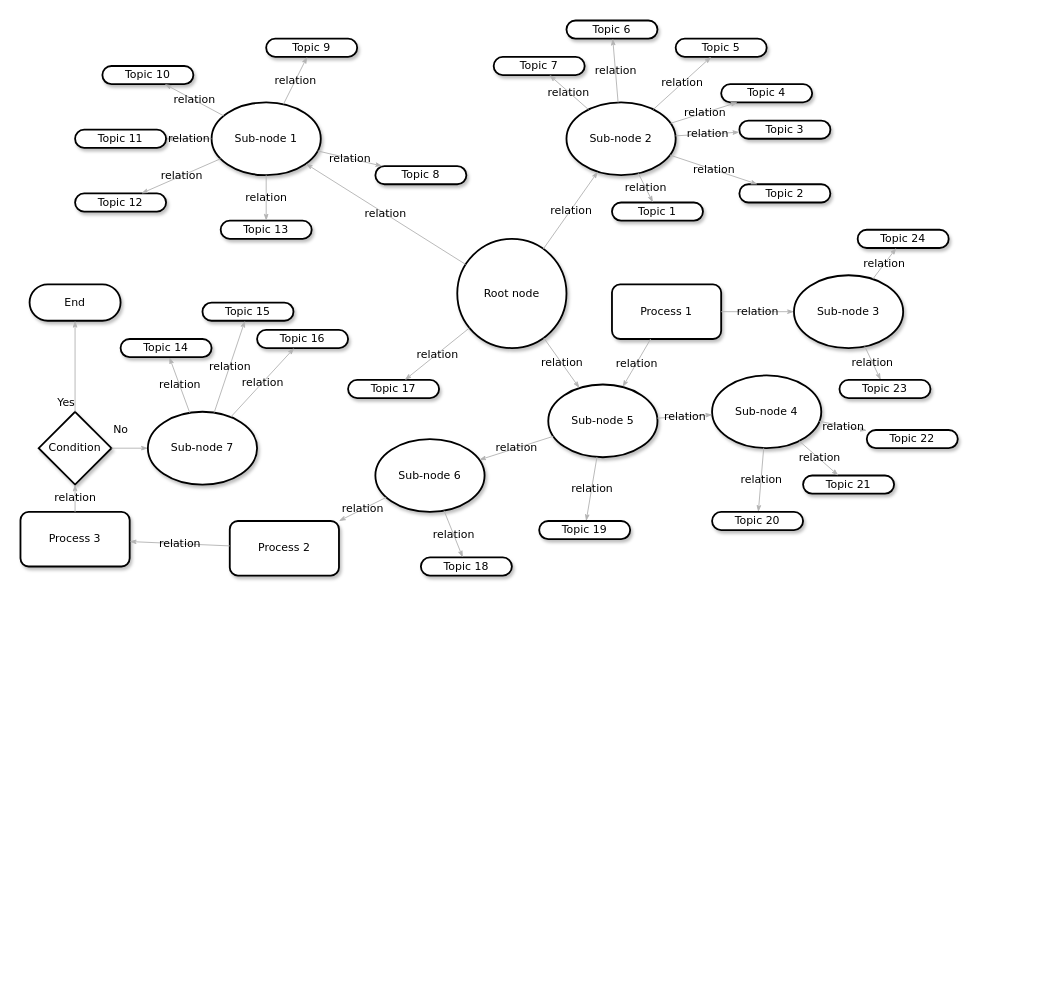
Before: open source economy roles.drawio in miguelangelvaldivia/open-source-economy, a draw.io diagram. Source tidied: cells renumbered, new cells numbered last; positions are measured from the earlier drawing's top-left corner, leaving out a move shared by most shapes. Both pictures are drawn from the tidied source at 91%, with x=0, y=0 at pixel (20, 20).
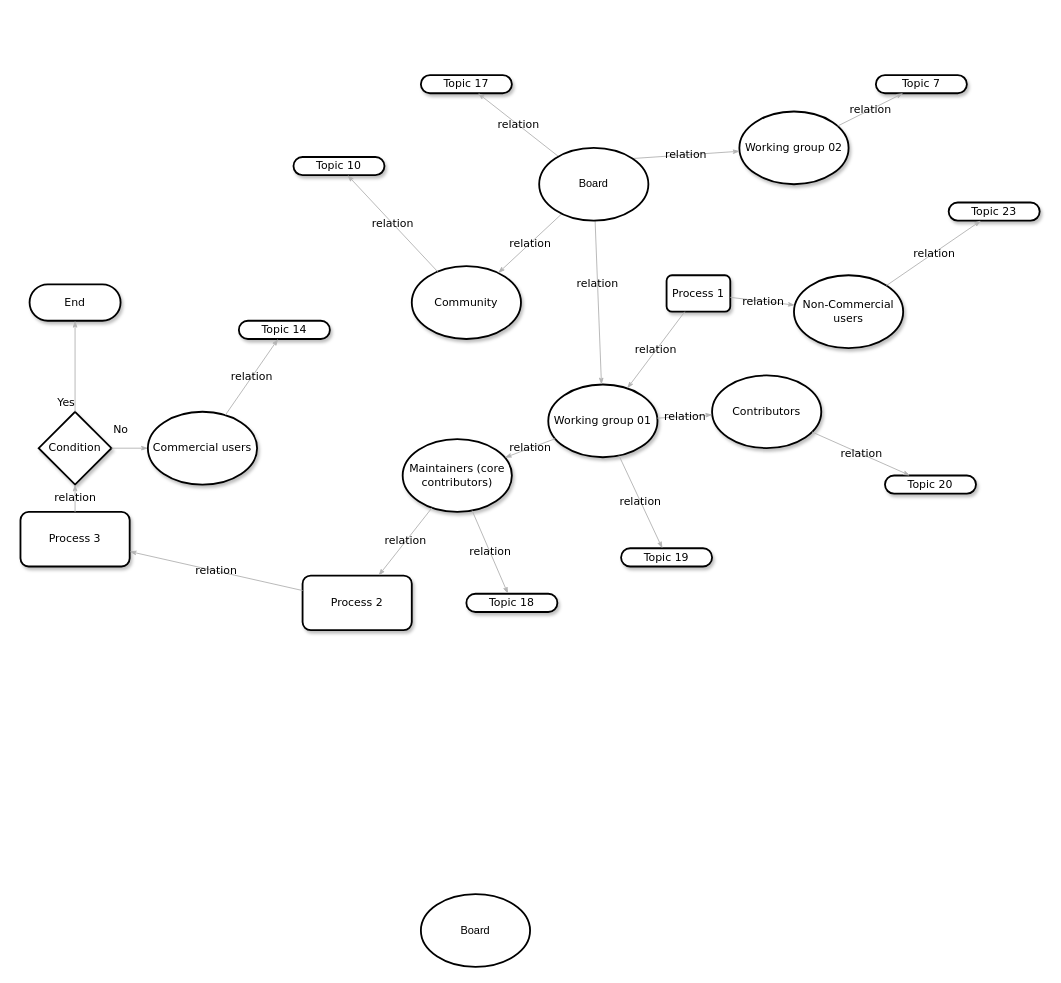
After the change.

What changed in the source:
```diff
@@
     <mxCell id="2" value="&lt;span&gt;Topic 10&lt;/span&gt;" style="whiteSpace=wrap;html=1;rounded=1;shadow=1;comic=0;labelBackgroundColor=none;strokeWidth=2;fontFamily=Verdana;fontSize=12;align=center;arcSize=50;" parent="1" vertex="1">
-      <mxGeometry x="90" y="50" width="100" height="20" as="geometry" />
+      <mxGeometry x="300" y="150" width="100" height="20" as="geometry" />
     </mxCell>
-    <mxCell id="3" value="Sub-node 1" style="ellipse;whiteSpace=wrap;html=1;rounded=1;shadow=1;comic=0;labelBackgroundColor=none;strokeWidth=2;fontFamily=Verdana;fontSize=12;align=center;" parent="1" vertex="1">
-      <mxGeometry x="210" y="90" width="120" height="80" as="geometry" />
+    <mxCell id="3" value="Community" style="ellipse;whiteSpace=wrap;html=1;rounded=1;shadow=1;comic=0;labelBackgroundColor=none;strokeWidth=2;fontFamily=Verdana;fontSize=12;align=center;" parent="1" vertex="1">
+      <mxGeometry x="430" y="270" width="120" height="80" as="geometry" />
     </mxCell>
-    <mxCell id="4" value="&lt;span&gt;Sub-node 2&lt;/span&gt;" style="ellipse;whiteSpace=wrap;html=1;rounded=1;shadow=1;comic=0;labelBackgroundColor=none;strokeWidth=2;fontFamily=Verdana;fontSize=12;align=center;" parent="1" vertex="1">
-      <mxGeometry x="600" y="90" width="120" height="80" as="geometry" />
+    <mxCell id="4" value="&lt;span&gt;Working group 02&lt;/span&gt;" style="ellipse;whiteSpace=wrap;html=1;rounded=1;shadow=1;comic=0;labelBackgroundColor=none;strokeWidth=2;fontFamily=Verdana;fontSize=12;align=center;" parent="1" vertex="1">
+      <mxGeometry x="790" y="100" width="120" height="80" as="geometry" />
     </mxCell>
-    <mxCell id="5" value="Root node" style="ellipse;whiteSpace=wrap;html=1;rounded=1;shadow=1;comic=0;labelBackgroundColor=none;strokeWidth=2;fontFamily=Verdana;fontSize=12;align=center;" parent="1" vertex="1">
-      <mxGeometry x="480" y="240" width="120" height="120" as="geometry" />
-    </mxCell>
-    <mxCell id="6" value="&lt;span&gt;Sub-node 5&lt;/span&gt;" style="ellipse;whiteSpace=wrap;html=1;rounded=1;shadow=1;comic=0;labelBackgroundColor=none;strokeWidth=2;fontFamily=Verdana;fontSize=12;align=center;" parent="1" vertex="1">
+    <mxCell id="6" value="&lt;span&gt;Working group 01&lt;/span&gt;" style="ellipse;whiteSpace=wrap;html=1;rounded=1;shadow=1;comic=0;labelBackgroundColor=none;strokeWidth=2;fontFamily=Verdana;fontSize=12;align=center;" parent="1" vertex="1">
       <mxGeometry x="580" y="400" width="120" height="80" as="geometry" />
     </mxCell>
-    <mxCell id="7" value="&lt;span&gt;Sub-node 4&lt;/span&gt;" style="ellipse;whiteSpace=wrap;html=1;rounded=1;shadow=1;comic=0;labelBackgroundColor=none;strokeWidth=2;fontFamily=Verdana;fontSize=12;align=center;" parent="1" vertex="1">
+    <mxCell id="7" value="&lt;span&gt;Contributors&lt;/span&gt;" style="ellipse;whiteSpace=wrap;html=1;rounded=1;shadow=1;comic=0;labelBackgroundColor=none;strokeWidth=2;fontFamily=Verdana;fontSize=12;align=center;" parent="1" vertex="1">
       <mxGeometry x="760" y="390" width="120" height="80" as="geometry" />
     </mxCell>
-    <mxCell id="8" value="&lt;span&gt;Sub-node 6&lt;/span&gt;" style="ellipse;whiteSpace=wrap;html=1;rounded=1;shadow=1;comic=0;labelBackgroundColor=none;strokeWidth=2;fontFamily=Verdana;fontSize=12;align=center;" parent="1" vertex="1">
-      <mxGeometry x="390" y="460" width="120" height="80" as="geometry" />
+    <mxCell id="8" value="&lt;span&gt;Maintainers (core contributors)&lt;/span&gt;" style="ellipse;whiteSpace=wrap;html=1;rounded=1;shadow=1;comic=0;labelBackgroundColor=none;strokeWidth=2;fontFamily=Verdana;fontSize=12;align=center;" parent="1" vertex="1">
+      <mxGeometry x="420" y="460" width="120" height="80" as="geometry" />
     </mxCell>
-    <mxCell id="9" value="&lt;span&gt;Topic 11&lt;/span&gt;" style="whiteSpace=wrap;html=1;rounded=1;shadow=1;comic=0;labelBackgroundColor=none;strokeWidth=2;fontFamily=Verdana;fontSize=12;align=center;arcSize=50;" parent="1" vertex="1">
-      <mxGeometry x="60" y="120" width="100" height="20" as="geometry" />
-    </mxCell>
-    <mxCell id="10" value="&lt;span&gt;Topic 12&lt;/span&gt;" style="whiteSpace=wrap;html=1;rounded=1;shadow=1;comic=0;labelBackgroundColor=none;strokeWidth=2;fontFamily=Verdana;fontSize=12;align=center;arcSize=50;" parent="1" vertex="1">
-      <mxGeometry x="60" y="190" width="100" height="20" as="geometry" />
-    </mxCell>
-    <mxCell id="11" value="&lt;span&gt;Topic 9&lt;/span&gt;" style="whiteSpace=wrap;html=1;rounded=1;shadow=1;comic=0;labelBackgroundColor=none;strokeWidth=2;fontFamily=Verdana;fontSize=12;align=center;arcSize=50;" parent="1" vertex="1">
-      <mxGeometry x="270" y="20" width="100" height="20" as="geometry" />
-    </mxCell>
     <mxCell id="12" value="&lt;span&gt;Topic 7&lt;/span&gt;" style="whiteSpace=wrap;html=1;rounded=1;shadow=1;comic=0;labelBackgroundColor=none;strokeWidth=2;fontFamily=Verdana;fontSize=12;align=center;arcSize=50;" parent="1" vertex="1">
-      <mxGeometry x="520" y="40" width="100" height="20" as="geometry" />
+      <mxGeometry x="940" y="60" width="100" height="20" as="geometry" />
     </mxCell>
-    <mxCell id="13" value="&lt;span&gt;Topic 21&lt;/span&gt;" style="whiteSpace=wrap;html=1;rounded=1;shadow=1;comic=0;labelBackgroundColor=none;strokeWidth=2;fontFamily=Verdana;fontSize=12;align=center;arcSize=50;" parent="1" vertex="1">
-      <mxGeometry x="860" y="500" width="100" height="20" as="geometry" />
-    </mxCell>
-    <mxCell id="14" value="&lt;span&gt;Topic 22&lt;/span&gt;" style="whiteSpace=wrap;html=1;rounded=1;shadow=1;comic=0;labelBackgroundColor=none;strokeWidth=2;fontFamily=Verdana;fontSize=12;align=center;arcSize=50;" parent="1" vertex="1">
-      <mxGeometry x="930" y="450" width="100" height="20" as="geometry" />
-    </mxCell>
-    <mxCell id="15" value="&lt;span&gt;Topic 6&lt;/span&gt;" style="whiteSpace=wrap;html=1;rounded=1;shadow=1;comic=0;labelBackgroundColor=none;strokeWidth=2;fontFamily=Verdana;fontSize=12;align=center;arcSize=50;" parent="1" vertex="1">
-      <mxGeometry x="600" width="100" height="20" as="geometry" />
-    </mxCell>
-    <mxCell id="16" value="&lt;span&gt;Topic 5&lt;/span&gt;" style="whiteSpace=wrap;html=1;rounded=1;shadow=1;comic=0;labelBackgroundColor=none;strokeWidth=2;fontFamily=Verdana;fontSize=12;align=center;arcSize=50;" parent="1" vertex="1">
-      <mxGeometry x="720" y="20" width="100" height="20" as="geometry" />
-    </mxCell>
-    <mxCell id="17" value="&lt;span&gt;Topic 4&lt;/span&gt;" style="whiteSpace=wrap;html=1;rounded=1;shadow=1;comic=0;labelBackgroundColor=none;strokeWidth=2;fontFamily=Verdana;fontSize=12;align=center;arcSize=50;" parent="1" vertex="1">
-      <mxGeometry x="770" y="70" width="100" height="20" as="geometry" />
-    </mxCell>
-    <mxCell id="18" value="&lt;span&gt;Topic 3&lt;/span&gt;" style="whiteSpace=wrap;html=1;rounded=1;shadow=1;comic=0;labelBackgroundColor=none;strokeWidth=2;fontFamily=Verdana;fontSize=12;align=center;arcSize=50;" parent="1" vertex="1">
-      <mxGeometry x="790" y="110" width="100" height="20" as="geometry" />
-    </mxCell>
-    <mxCell id="19" value="&lt;span&gt;Topic 2&lt;/span&gt;" style="whiteSpace=wrap;html=1;rounded=1;shadow=1;comic=0;labelBackgroundColor=none;strokeWidth=2;fontFamily=Verdana;fontSize=12;align=center;arcSize=50;" parent="1" vertex="1">
-      <mxGeometry x="790" y="180" width="100" height="20" as="geometry" />
-    </mxCell>
-    <mxCell id="20" value="Topic 1" style="whiteSpace=wrap;html=1;rounded=1;shadow=1;comic=0;labelBackgroundColor=none;strokeWidth=2;fontFamily=Verdana;fontSize=12;align=center;arcSize=50;" parent="1" vertex="1">
-      <mxGeometry x="650" y="200" width="100" height="20" as="geometry" />
-    </mxCell>
     <mxCell id="21" value="&lt;span&gt;Topic 20&lt;/span&gt;" style="whiteSpace=wrap;html=1;rounded=1;shadow=1;comic=0;labelBackgroundColor=none;strokeWidth=2;fontFamily=Verdana;fontSize=12;align=center;arcSize=50;" parent="1" vertex="1">
-      <mxGeometry x="760" y="540" width="100" height="20" as="geometry" />
+      <mxGeometry x="950" y="500" width="100" height="20" as="geometry" />
     </mxCell>
@@
     <mxCell id="25" value="Process 2" style="rounded=1;whiteSpace=wrap;html=1;shadow=1;comic=0;labelBackgroundColor=none;strokeWidth=2;fontFamily=Verdana;fontSize=12;align=center;" parent="1" vertex="1">
-      <mxGeometry x="230" y="550" width="120" height="60" as="geometry" />
+      <mxGeometry x="310" y="610" width="120" height="60" as="geometry" />
     </mxCell>
-    <mxCell id="26" value="relation" style="edgeStyle=none;rounded=1;html=1;labelBackgroundColor=none;startArrow=none;startFill=0;startSize=5;endArrow=classicThin;endFill=1;endSize=5;jettySize=auto;strokeColor=#B3B3B3;strokeWidth=1;fontFamily=Verdana;fontSize=12;" parent="1" edge="1" source="3" target="11">
-      <mxGeometry relative="1" as="geometry" />
-    </mxCell>
@@
-    <mxCell id="28" value="relation" style="edgeStyle=none;rounded=1;html=1;labelBackgroundColor=none;startArrow=none;startFill=0;startSize=5;endArrow=classicThin;endFill=1;endSize=5;jettySize=auto;strokeColor=#B3B3B3;strokeWidth=1;fontFamily=Verdana;fontSize=12;" parent="1" edge="1" source="3" target="9">
-      <mxGeometry relative="1" as="geometry" />
-    </mxCell>
-    <mxCell id="29" value="relation" style="edgeStyle=none;rounded=1;html=1;labelBackgroundColor=none;startArrow=none;startFill=0;startSize=5;endArrow=classicThin;endFill=1;endSize=5;jettySize=auto;strokeColor=#B3B3B3;strokeWidth=1;fontFamily=Verdana;fontSize=12;" parent="1" edge="1" source="3" target="10">
-      <mxGeometry relative="1" as="geometry" />
-    </mxCell>
-    <mxCell id="30" value="relation" style="edgeStyle=none;rounded=1;html=1;labelBackgroundColor=none;startArrow=none;startFill=0;startSize=5;endArrow=classicThin;endFill=1;endSize=5;jettySize=auto;strokeColor=#B3B3B3;strokeWidth=1;fontFamily=Verdana;fontSize=12;" parent="1" edge="1" source="5" target="3">
+    <mxCell id="30" value="relation" style="edgeStyle=none;rounded=1;html=1;labelBackgroundColor=none;startArrow=none;startFill=0;startSize=5;endArrow=classicThin;endFill=1;endSize=5;jettySize=auto;strokeColor=#B3B3B3;strokeWidth=1;fontFamily=Verdana;fontSize=12;" parent="1" edge="1" source="75" target="3">
       <mxGeometry relative="1" as="geometry" />
     </mxCell>
-    <mxCell id="31" value="relation" style="edgeStyle=none;rounded=1;html=1;labelBackgroundColor=none;startArrow=none;startFill=0;startSize=5;endArrow=classicThin;endFill=1;endSize=5;jettySize=auto;strokeColor=#B3B3B3;strokeWidth=1;fontFamily=Verdana;fontSize=12;" parent="1" edge="1" source="5" target="4">
+    <mxCell id="31" value="relation" style="edgeStyle=none;rounded=1;html=1;labelBackgroundColor=none;startArrow=none;startFill=0;startSize=5;endArrow=classicThin;endFill=1;endSize=5;jettySize=auto;strokeColor=#B3B3B3;strokeWidth=1;fontFamily=Verdana;fontSize=12;exitX=1;exitY=0;exitDx=0;exitDy=0;" parent="1" edge="1" source="75" target="4">
       <mxGeometry relative="1" as="geometry" />
     </mxCell>
-    <mxCell id="32" value="relation" style="edgeStyle=none;rounded=1;html=1;labelBackgroundColor=none;startArrow=none;startFill=0;startSize=5;endArrow=classicThin;endFill=1;endSize=5;jettySize=auto;strokeColor=#B3B3B3;strokeWidth=1;fontFamily=Verdana;fontSize=12;" parent="1" edge="1" source="5" target="6">
-      <mxGeometry relative="1" as="geometry" />
+    <mxCell id="32" value="relation" style="edgeStyle=none;rounded=1;html=1;labelBackgroundColor=none;startArrow=none;startFill=0;startSize=5;endArrow=classicThin;endFill=1;endSize=5;jettySize=auto;strokeColor=#B3B3B3;strokeWidth=1;fontFamily=Verdana;fontSize=12;" parent="1" edge="1" source="75" target="6">
+      <mxGeometry x="-0.23" relative="1" as="geometry" />
     </mxCell>
@@
-    <mxCell id="35" value="relation" style="edgeStyle=none;rounded=1;html=1;labelBackgroundColor=none;startArrow=none;startFill=0;startSize=5;endArrow=classicThin;endFill=1;endSize=5;jettySize=auto;strokeColor=#B3B3B3;strokeWidth=1;fontFamily=Verdana;fontSize=12;" parent="1" edge="1" source="7" target="14">
-      <mxGeometry relative="1" as="geometry" />
-    </mxCell>
-    <mxCell id="36" value="relation" style="edgeStyle=none;rounded=1;html=1;labelBackgroundColor=none;startArrow=none;startFill=0;startSize=5;endArrow=classicThin;endFill=1;endSize=5;jettySize=auto;strokeColor=#B3B3B3;strokeWidth=1;fontFamily=Verdana;fontSize=12;" parent="1" edge="1" source="7" target="13">
-      <mxGeometry relative="1" as="geometry" />
-    </mxCell>
@@
-    <mxCell id="38" value="relation" style="edgeStyle=none;rounded=1;html=1;labelBackgroundColor=none;startArrow=none;startFill=0;startSize=5;endArrow=classicThin;endFill=1;endSize=5;jettySize=auto;strokeColor=#B3B3B3;strokeWidth=1;fontFamily=Verdana;fontSize=12;" parent="1" edge="1" source="4" target="20">
-      <mxGeometry relative="1" as="geometry" />
-    </mxCell>
-    <mxCell id="39" value="relation" style="edgeStyle=none;rounded=1;html=1;labelBackgroundColor=none;startArrow=none;startFill=0;startSize=5;endArrow=classicThin;endFill=1;endSize=5;jettySize=auto;strokeColor=#B3B3B3;strokeWidth=1;fontFamily=Verdana;fontSize=12;" parent="1" edge="1" source="4" target="19">
-      <mxGeometry relative="1" as="geometry" />
-    </mxCell>
-    <mxCell id="40" value="relation" style="edgeStyle=none;rounded=1;html=1;labelBackgroundColor=none;startArrow=none;startFill=0;startSize=5;endArrow=classicThin;endFill=1;endSize=5;jettySize=auto;strokeColor=#B3B3B3;strokeWidth=1;fontFamily=Verdana;fontSize=12;" parent="1" edge="1" source="4" target="18">
-      <mxGeometry relative="1" as="geometry" />
-    </mxCell>
-    <mxCell id="41" value="relation" style="edgeStyle=none;rounded=1;html=1;labelBackgroundColor=none;startArrow=none;startFill=0;startSize=5;endArrow=classicThin;endFill=1;endSize=5;jettySize=auto;strokeColor=#B3B3B3;strokeWidth=1;fontFamily=Verdana;fontSize=12;" parent="1" edge="1" source="4" target="17">
-      <mxGeometry relative="1" as="geometry" />
-    </mxCell>
-    <mxCell id="42" value="relation" style="edgeStyle=none;rounded=1;html=1;labelBackgroundColor=none;startArrow=none;startFill=0;startSize=5;endArrow=classicThin;endFill=1;endSize=5;jettySize=auto;strokeColor=#B3B3B3;strokeWidth=1;fontFamily=Verdana;fontSize=12;" parent="1" edge="1" source="4" target="16">
-      <mxGeometry relative="1" as="geometry" />
-    </mxCell>
-    <mxCell id="43" value="relation" style="edgeStyle=none;rounded=1;html=1;labelBackgroundColor=none;startArrow=none;startFill=0;startSize=5;endArrow=classicThin;endFill=1;endSize=5;jettySize=auto;strokeColor=#B3B3B3;strokeWidth=1;fontFamily=Verdana;fontSize=12;" parent="1" edge="1" source="4" target="15">
-      <mxGeometry relative="1" as="geometry" />
-    </mxCell>
@@
     <mxCell id="49" value="Process 1" style="rounded=1;whiteSpace=wrap;html=1;shadow=1;comic=0;labelBackgroundColor=none;strokeWidth=2;fontFamily=Verdana;fontSize=12;align=center;" parent="1" vertex="1">
-      <mxGeometry x="650" y="290" width="120" height="60" as="geometry" />
+      <mxGeometry x="710" y="280" width="70" height="40" as="geometry" />
     </mxCell>
-    <mxCell id="50" value="&lt;span&gt;Sub-node 3&lt;/span&gt;" style="ellipse;whiteSpace=wrap;html=1;rounded=1;shadow=1;comic=0;labelBackgroundColor=none;strokeWidth=2;fontFamily=Verdana;fontSize=12;align=center;" parent="1" vertex="1">
+    <mxCell id="50" value="&lt;span&gt;Non-Commercial users&lt;/span&gt;" style="ellipse;whiteSpace=wrap;html=1;rounded=1;shadow=1;comic=0;labelBackgroundColor=none;strokeWidth=2;fontFamily=Verdana;fontSize=12;align=center;" parent="1" vertex="1">
       <mxGeometry x="850" y="280" width="120" height="80" as="geometry" />
     </mxCell>
-    <mxCell id="51" value="&lt;span&gt;Topic 24&lt;/span&gt;" style="whiteSpace=wrap;html=1;rounded=1;shadow=1;comic=0;labelBackgroundColor=none;strokeWidth=2;fontFamily=Verdana;fontSize=12;align=center;arcSize=50;" parent="1" vertex="1">
-      <mxGeometry x="920" y="230" width="100" height="20" as="geometry" />
-    </mxCell>
     <mxCell id="52" value="&lt;span&gt;Topic 23&lt;/span&gt;" style="whiteSpace=wrap;html=1;rounded=1;shadow=1;comic=0;labelBackgroundColor=none;strokeWidth=2;fontFamily=Verdana;fontSize=12;align=center;arcSize=50;" parent="1" vertex="1">
-      <mxGeometry x="900" y="395" width="100" height="20" as="geometry" />
+      <mxGeometry x="1020" y="200" width="100" height="20" as="geometry" />
     </mxCell>
-    <mxCell id="53" value="&lt;span&gt;Topic 8&lt;/span&gt;" style="whiteSpace=wrap;html=1;rounded=1;shadow=1;comic=0;labelBackgroundColor=none;strokeWidth=2;fontFamily=Verdana;fontSize=12;align=center;arcSize=50;" parent="1" vertex="1">
-      <mxGeometry x="390" y="160" width="100" height="20" as="geometry" />
-    </mxCell>
-    <mxCell id="54" value="&lt;span&gt;Topic 13&lt;/span&gt;" style="whiteSpace=wrap;html=1;rounded=1;shadow=1;comic=0;labelBackgroundColor=none;strokeWidth=2;fontFamily=Verdana;fontSize=12;align=center;arcSize=50;" parent="1" vertex="1">
-      <mxGeometry x="220" y="220" width="100" height="20" as="geometry" />
-    </mxCell>
     <mxCell id="55" value="&lt;span&gt;Topic 19&lt;/span&gt;" style="whiteSpace=wrap;html=1;rounded=1;shadow=1;comic=0;labelBackgroundColor=none;strokeWidth=2;fontFamily=Verdana;fontSize=12;align=center;arcSize=50;" parent="1" vertex="1">
-      <mxGeometry x="570" y="550" width="100" height="20" as="geometry" />
+      <mxGeometry x="660" y="580" width="100" height="20" as="geometry" />
     </mxCell>
     <mxCell id="56" value="&lt;span&gt;Topic 18&lt;/span&gt;" style="whiteSpace=wrap;html=1;rounded=1;shadow=1;comic=0;labelBackgroundColor=none;strokeWidth=2;fontFamily=Verdana;fontSize=12;align=center;arcSize=50;" parent="1" vertex="1">
-      <mxGeometry x="440" y="590" width="100" height="20" as="geometry" />
+      <mxGeometry x="490" y="630" width="100" height="20" as="geometry" />
     </mxCell>
     <mxCell id="57" value="&lt;span&gt;Topic 17&lt;/span&gt;" style="whiteSpace=wrap;html=1;rounded=1;shadow=1;comic=0;labelBackgroundColor=none;strokeWidth=2;fontFamily=Verdana;fontSize=12;align=center;arcSize=50;" parent="1" vertex="1">
-      <mxGeometry x="360" y="395" width="100" height="20" as="geometry" />
+      <mxGeometry x="440" y="60" width="100" height="20" as="geometry" />
     </mxCell>
-    <mxCell id="58" value="relation" style="edgeStyle=none;rounded=1;html=1;labelBackgroundColor=none;startArrow=none;startFill=0;startSize=5;endArrow=classicThin;endFill=1;endSize=5;jettySize=auto;strokeColor=#B3B3B3;strokeWidth=1;fontFamily=Verdana;fontSize=12;" parent="1" edge="1" source="3" target="53">
-      <mxGeometry relative="1" as="geometry" />
-    </mxCell>
-    <mxCell id="59" value="relation" style="edgeStyle=none;rounded=1;html=1;labelBackgroundColor=none;startArrow=none;startFill=0;startSize=5;endArrow=classicThin;endFill=1;endSize=5;jettySize=auto;strokeColor=#B3B3B3;strokeWidth=1;fontFamily=Verdana;fontSize=12;" parent="1" edge="1" source="3" target="54">
-      <mxGeometry relative="1" as="geometry" />
-    </mxCell>
-    <mxCell id="60" value="relation" style="edgeStyle=none;rounded=1;html=1;labelBackgroundColor=none;startArrow=none;startFill=0;startSize=5;endArrow=classicThin;endFill=1;endSize=5;jettySize=auto;strokeColor=#B3B3B3;strokeWidth=1;fontFamily=Verdana;fontSize=12;" parent="1" edge="1" source="50" target="51">
-      <mxGeometry relative="1" as="geometry" />
-    </mxCell>
@@
-    <mxCell id="64" value="&lt;span&gt;Sub-node 7&lt;/span&gt;" style="ellipse;whiteSpace=wrap;html=1;rounded=1;shadow=1;comic=0;labelBackgroundColor=none;strokeWidth=2;fontFamily=Verdana;fontSize=12;align=center;" parent="1" vertex="1">
+    <mxCell id="64" value="&lt;span&gt;Commercial users&lt;/span&gt;" style="ellipse;whiteSpace=wrap;html=1;rounded=1;shadow=1;comic=0;labelBackgroundColor=none;strokeWidth=2;fontFamily=Verdana;fontSize=12;align=center;" parent="1" vertex="1">
       <mxGeometry x="140" y="430" width="120" height="80" as="geometry" />
     </mxCell>
-    <mxCell id="65" value="&lt;span&gt;Topic 16&lt;/span&gt;" style="whiteSpace=wrap;html=1;rounded=1;shadow=1;comic=0;labelBackgroundColor=none;strokeWidth=2;fontFamily=Verdana;fontSize=12;align=center;arcSize=50;" parent="1" vertex="1">
-      <mxGeometry x="260" y="340" width="100" height="20" as="geometry" />
-    </mxCell>
-    <mxCell id="66" value="&lt;span&gt;Topic 15&lt;/span&gt;" style="whiteSpace=wrap;html=1;rounded=1;shadow=1;comic=0;labelBackgroundColor=none;strokeWidth=2;fontFamily=Verdana;fontSize=12;align=center;arcSize=50;" parent="1" vertex="1">
-      <mxGeometry x="200" y="310" width="100" height="20" as="geometry" />
-    </mxCell>
     <mxCell id="67" value="&lt;span&gt;Topic 14&lt;/span&gt;" style="whiteSpace=wrap;html=1;rounded=1;shadow=1;comic=0;labelBackgroundColor=none;strokeWidth=2;fontFamily=Verdana;fontSize=12;align=center;arcSize=50;" parent="1" vertex="1">
-      <mxGeometry x="110" y="350" width="100" height="20" as="geometry" />
+      <mxGeometry x="240" y="330" width="100" height="20" as="geometry" />
     </mxCell>
@@
-    <mxCell id="69" value="relation" style="edgeStyle=none;rounded=1;html=1;labelBackgroundColor=none;startArrow=none;startFill=0;startSize=5;endArrow=classicThin;endFill=1;endSize=5;jettySize=auto;strokeColor=#B3B3B3;strokeWidth=1;fontFamily=Verdana;fontSize=12;" parent="1" edge="1" source="64" target="66">
-      <mxGeometry relative="1" as="geometry" />
-    </mxCell>
-    <mxCell id="70" value="relation" style="edgeStyle=none;rounded=1;html=1;labelBackgroundColor=none;startArrow=none;startFill=0;startSize=5;endArrow=classicThin;endFill=1;endSize=5;jettySize=auto;strokeColor=#B3B3B3;strokeWidth=1;fontFamily=Verdana;fontSize=12;" parent="1" edge="1" source="64" target="65">
-      <mxGeometry relative="1" as="geometry" />
-    </mxCell>
@@
-    <mxCell id="72" value="relation" style="edgeStyle=none;rounded=1;html=1;labelBackgroundColor=none;startArrow=none;startFill=0;startSize=5;endArrow=classicThin;endFill=1;endSize=5;jettySize=auto;strokeColor=#B3B3B3;strokeWidth=1;fontFamily=Verdana;fontSize=12;" parent="1" edge="1" source="5" target="57">
+    <mxCell id="72" value="relation" style="edgeStyle=none;rounded=1;html=1;labelBackgroundColor=none;startArrow=none;startFill=0;startSize=5;endArrow=classicThin;endFill=1;endSize=5;jettySize=auto;strokeColor=#B3B3B3;strokeWidth=1;fontFamily=Verdana;fontSize=12;" parent="1" edge="1" source="75" target="57">
       <mxGeometry relative="1" as="geometry" />
     </mxCell>
@@
+    <mxCell id="75" value="Board" style="ellipse;whiteSpace=wrap;html=1;strokeWidth=2;" parent="1" vertex="1">
+      <mxGeometry x="570" y="140" width="120" height="80" as="geometry" />
+    </mxCell>
+    <mxCell id="76" value="Board" style="ellipse;whiteSpace=wrap;html=1;strokeWidth=2;" parent="1" vertex="1">
+      <mxGeometry x="440" y="960" width="120" height="80" as="geometry" />
+    </mxCell>
```
